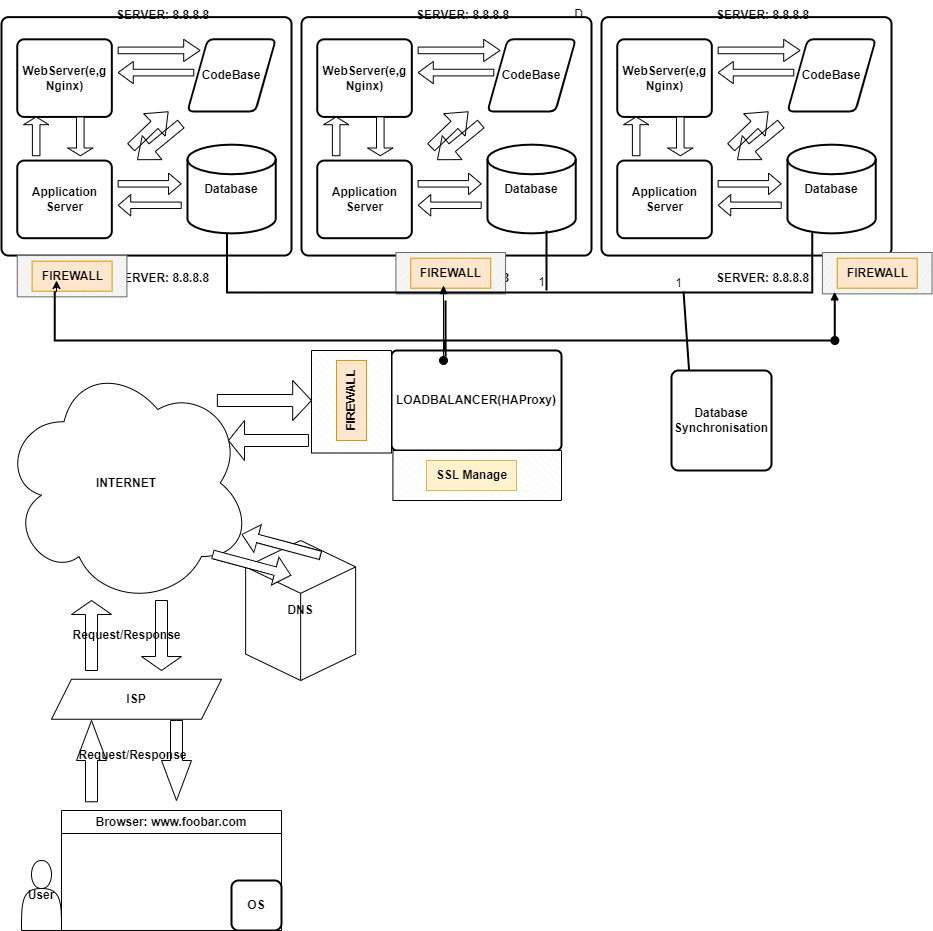
This is 0x09-web_infrastructure_design/2-secured_and_monitored_web_infrastructure.drawio.png from annerachael/alx-system_engineering-devops, a draw.io export, as it was before one commit. Source tidied: cells renumbered, new cells last; positions are measured from the earlier drawing's top-left corner, leaving out a move shared by most shapes.
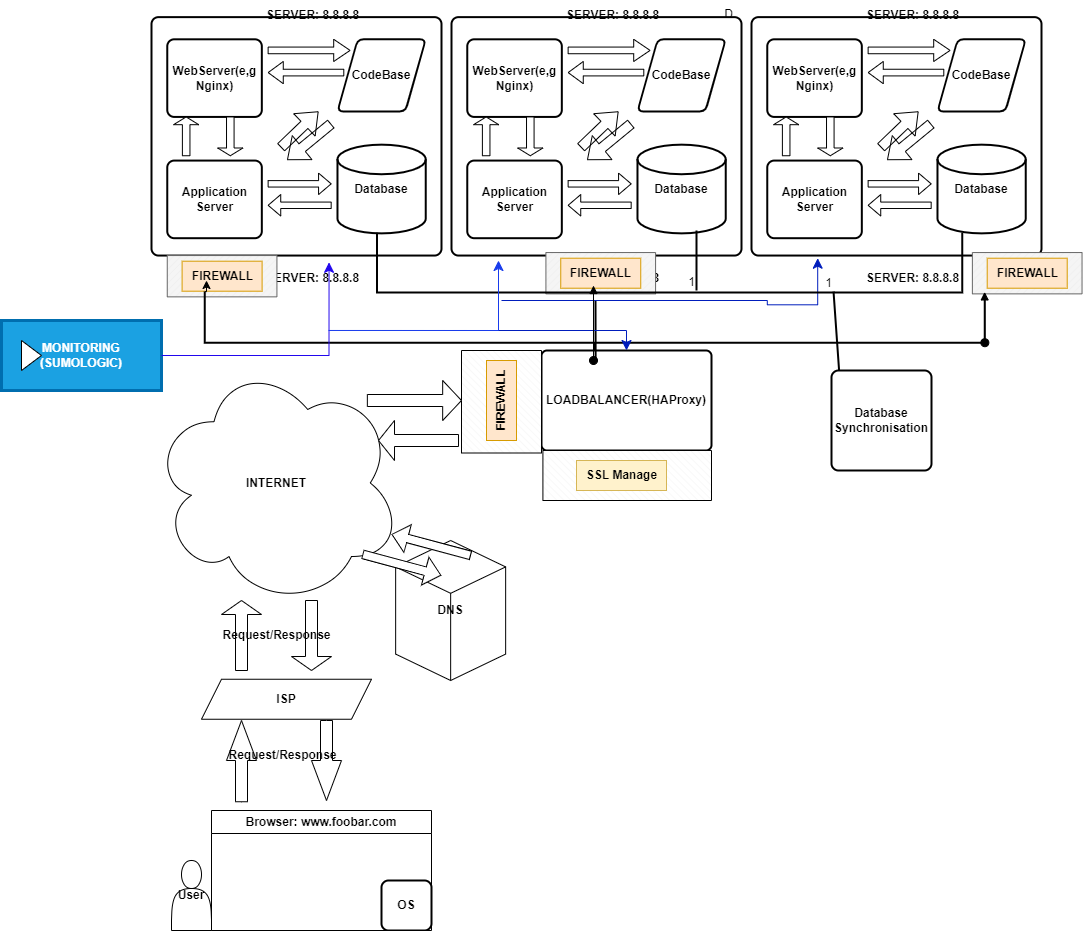
The same file after the commit.

Diff of the diagram source:
```diff
@@ -184,7 +184,7 @@
       </mxGeometry>
     </mxCell>
     <mxCell id="53" style="strokeWidth=2;html=1;shape=mxgraph.flowchart.annotation_2;align=left;labelPosition=right;rotation=-90;" parent="34" vertex="1">
-      <mxGeometry x="94.4" y="-50" width="97.9" height="780" as="geometry" />
+      <mxGeometry x="92.2" y="-47.8" width="102.3" height="780" as="geometry" />
     </mxCell>
     <mxCell id="54" style="shape=singleArrow;whiteSpace=wrap;html=1;rotation=-180;" parent="34" vertex="1">
       <mxGeometry x="-73" y="420" width="80" height="40" as="geometry" />
@@ -207,7 +207,7 @@
       </mxGeometry>
     </mxCell>
     <mxCell id="60" value="&lt;b&gt;Database Synchronisation&lt;/b&gt;" style="rounded=1;whiteSpace=wrap;html=1;absoluteArcSize=1;arcSize=14;strokeWidth=2;" parent="34" vertex="1">
-      <mxGeometry x="370" y="370" width="100" height="100" as="geometry" />
+      <mxGeometry x="380" y="370" width="100" height="100" as="geometry" />
     </mxCell>
     <mxCell id="61" value="&lt;div style=&quot;&quot;&gt;&lt;br&gt;&lt;/div&gt;" style="verticalLabelPosition=bottom;verticalAlign=top;html=1;shape=mxgraph.basic.patternFillRect;fillStyle=diag;step=5;fillStrokeWidth=0.2;fillStrokeColor=#dddddd;rotation=-90;align=center;" parent="34" vertex="1">
       <mxGeometry x="-1.2" y="361.2" width="102.5" height="80" as="geometry" />
@@ -227,6 +227,11 @@
     <mxCell id="66" value="&lt;b&gt;SSL Manage&lt;/b&gt;" style="text;html=1;align=center;verticalAlign=middle;strokeColor=#d6b656;fillColor=#fff2cc;" parent="34" vertex="1">
       <mxGeometry x="125" y="460" width="90" height="30" as="geometry" />
     </mxCell>
+    <mxCell id="93" style="edgeStyle=segmentEdgeStyle;endArrow=classic;html=1;curved=0;rounded=0;endSize=8;startSize=8;entryX=0.5;entryY=0;entryDx=0;entryDy=0;fillColor=#0050ef;strokeColor=#001DBC;" parent="34" edge="1" target="58">
+      <mxGeometry relative="1" as="geometry">
+        <mxPoint y="330" as="sourcePoint" />
+      </mxGeometry>
+    </mxCell>
     <mxCell id="67" style="group;" parent="1" vertex="1">
       <mxGeometry x="600" y="50" width="330.5" height="293.4" as="geometry" />
     </mxCell>
@@ -296,6 +301,16 @@
     <mxCell id="85" value="&lt;b&gt;FIREWALL&lt;/b&gt;" style="text;html=1;align=center;verticalAlign=middle;strokeColor=#d79b00;fillColor=#ffe6cc;" parent="67" vertex="1">
       <mxGeometry x="235.7" y="257.7" width="80" height="30" as="geometry" />
     </mxCell>
+    <mxCell id="94" style="edgeStyle=segmentEdgeStyle;endArrow=classic;html=1;curved=0;rounded=0;endSize=8;startSize=8;fillColor=#0050ef;strokeColor=#001DBC;" parent="67" edge="1">
+      <mxGeometry relative="1" as="geometry">
+        <mxPoint x="-250" y="300" as="sourcePoint" />
+        <mxPoint x="66.2" y="257.7" as="targetPoint" />
+        <Array as="points">
+          <mxPoint x="15.8" y="304.3" />
+          <mxPoint x="65.8" y="304.3" />
+        </Array>
+      </mxGeometry>
+    </mxCell>
     <mxCell id="86" style="shape=singleArrow;whiteSpace=wrap;html=1;" parent="1" vertex="1">
       <mxGeometry x="215.8" y="430" width="94.2" height="40" as="geometry" />
     </mxCell>
@@ -325,5 +340,20 @@
     <mxCell id="92" style="html=1;verticalAlign=bottom;startArrow=oval;startFill=1;endArrow=block;startSize=8;curved=0;rounded=0;exitX=0.5;exitY=1;exitDx=0;exitDy=0;exitPerimeter=0;entryX=0.112;entryY=0.952;entryDx=0;entryDy=0;entryPerimeter=0;" parent="1" edge="1" source="53" target="84">
       <mxGeometry x="-1" y="6" relative="1" as="geometry" />
     </mxCell>
+    <mxCell id="95" value="&lt;b&gt;MONITORING&lt;br&gt;(SUMOLOGIC)&lt;br&gt;&lt;/b&gt;" style="html=1;whiteSpace=wrap;fillColor=#1ba1e2;fontColor=#ffffff;strokeColor=#006EAF;strokeWidth=3;" parent="1" vertex="1">
+      <mxGeometry x="-150" y="370" width="160" height="70" as="geometry" />
+    </mxCell>
+    <mxCell id="96" style="triangle;html=1;whiteSpace=wrap;" parent="95" vertex="1">
+      <mxGeometry x="20" y="20" width="20" height="30" as="geometry" />
+    </mxCell>
+    <mxCell id="97" style="edgeStyle=segmentEdgeStyle;endArrow=classic;html=1;curved=0;rounded=0;endSize=8;startSize=8;entryX=0.639;entryY=-0.052;entryDx=0;entryDy=0;entryPerimeter=0;strokeColor=#2207ed;" parent="1" edge="1" source="95" target="31">
+      <mxGeometry relative="1" as="geometry" />
+    </mxCell>
+    <mxCell id="98" style="edgeStyle=segmentEdgeStyle;endArrow=classic;html=1;curved=0;rounded=0;endSize=8;startSize=8;strokeColor=#183bec;" parent="1" edge="1">
+      <mxGeometry relative="1" as="geometry">
+        <mxPoint x="177" y="380" as="sourcePoint" />
+        <mxPoint x="347" y="310" as="targetPoint" />
+      </mxGeometry>
+    </mxCell>
   </root>
 </mxGraphModel>
```
